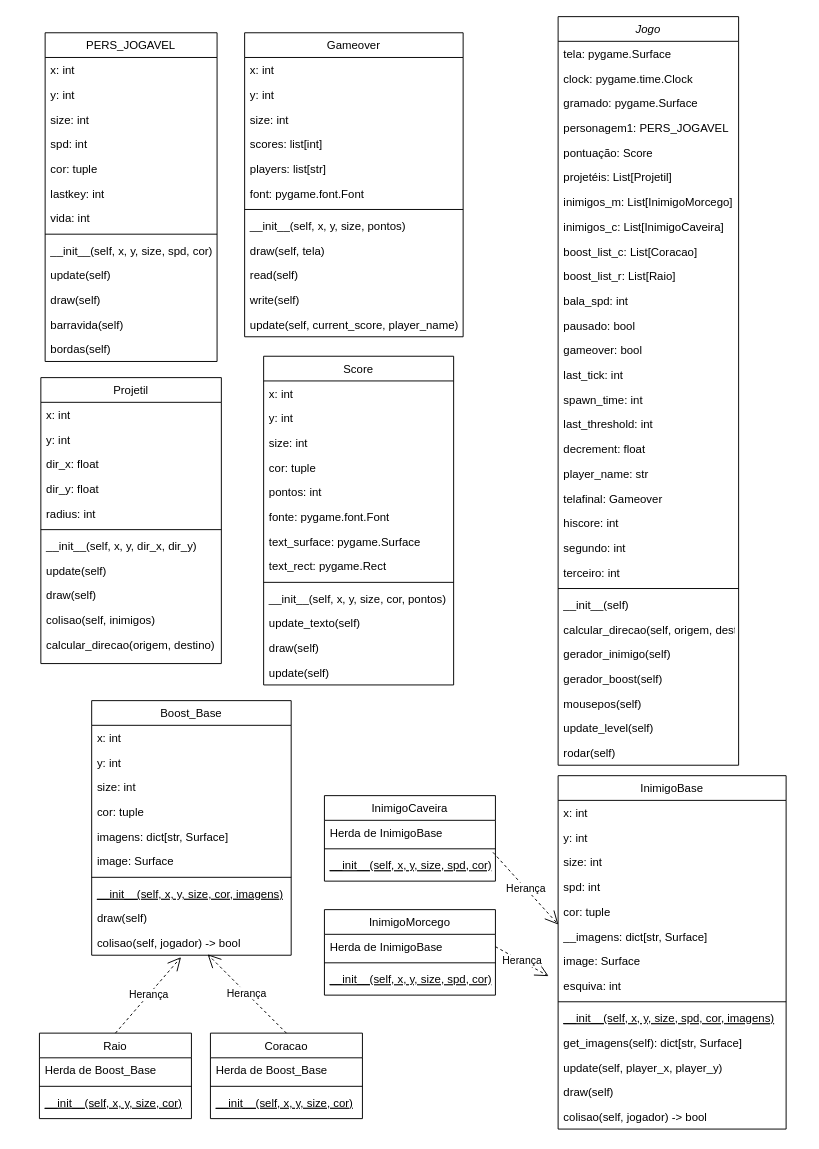
Above: Diagrama sem nome.drawio in PedroLemosMariano/Jogo_PYGAME (draw.io), before the change. Source tidied: cells renumbered, new cells numbered last; positions are measured from the earlier drawing's top-left corner, leaving out a move shared by most shapes. Both pictures are drawn from the tidied source at 95%, with x=0, y=0 at pixel (39, 16).
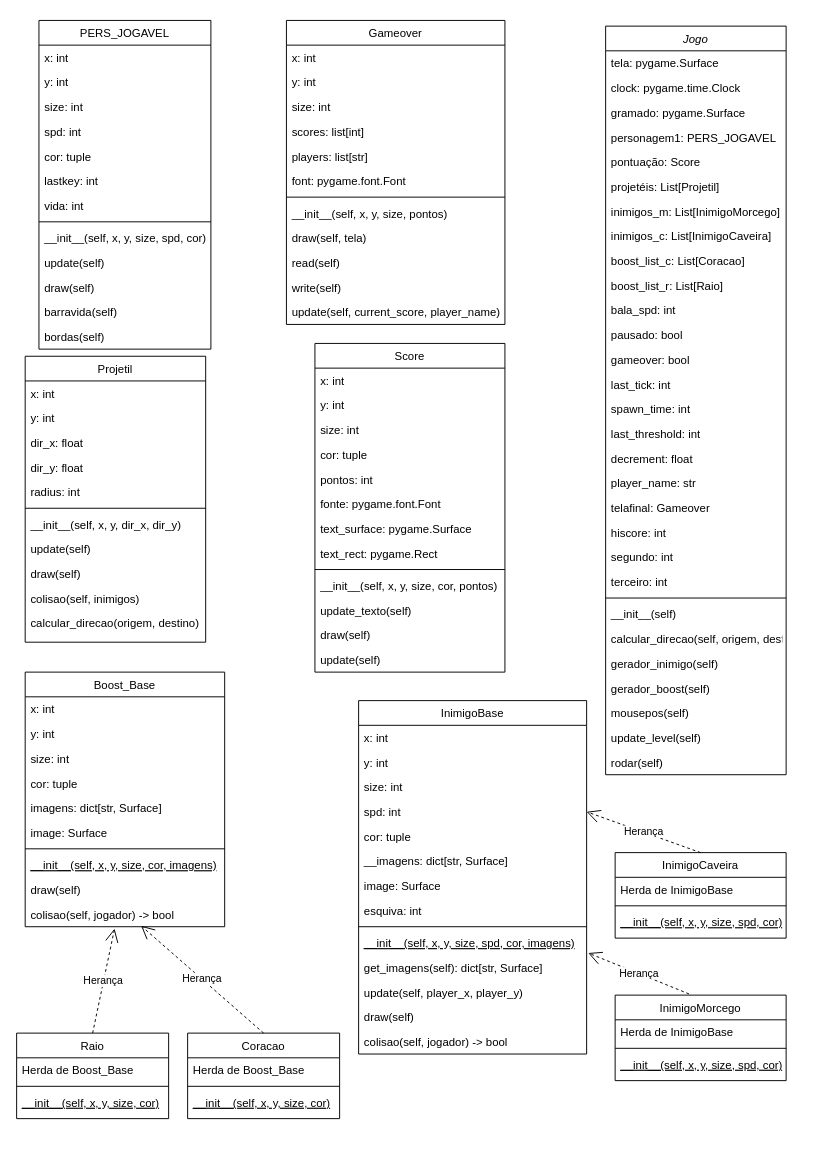
Above is the later version.

Unchanged cells that the change refers to:
```xml
<mxCell id="37" value="spd: int" style="text;align=left;verticalAlign=top;spacingLeft=4;spacingRight=4;overflow=hidden;points=[[0,0.5],[1,0.5]];portConstraint=eastwest;rounded=0;shadow=0;html=0;" parent="33" vertex="1">
  <mxGeometry y="104" width="240" height="26" as="geometry" />
</mxCell>
<mxCell id="39" value="__imagens: dict[str, Surface]" style="text;align=left;verticalAlign=top;spacingLeft=4;spacingRight=4;overflow=hidden;points=[[0,0.5],[1,0.5]];portConstraint=eastwest;rounded=0;shadow=0;html=0;" parent="33" vertex="1">
  <mxGeometry y="156" width="240" height="26" as="geometry" />
</mxCell>
<mxCell id="44" value="get_imagens(self): dict[str, Surface]" style="text;align=left;verticalAlign=top;spacingLeft=4;spacingRight=4;overflow=hidden;points=[[0,0.5],[1,0.5]];portConstraint=eastwest;" parent="33" vertex="1">
  <mxGeometry y="268" width="240" height="26" as="geometry" />
</mxCell>
<mxCell id="78" value="__init__(self, x, y, size, spd, cor)" style="text;align=left;verticalAlign=top;spacingLeft=4;spacingRight=4;overflow=hidden;points=[[0,0.5],[1,0.5]];portConstraint=eastwest;fontStyle=4;" parent="75" vertex="1">
  <mxGeometry y="60" width="180" height="26" as="geometry" />
</mxCell>
<mxCell id="80" value="Herda de InimigoBase" style="text;align=left;verticalAlign=top;spacingLeft=4;spacingRight=4;overflow=hidden;points=[[0,0.5],[1,0.5]];portConstraint=eastwest;" parent="79" vertex="1">
  <mxGeometry y="26" width="180" height="26" as="geometry" />
</mxCell>
```

Diff of the diagram source:
```diff
@@
     <mxCell id="2" value="Jogo" style="swimlane;fontStyle=2;align=center;verticalAlign=top;horizontal=1;startSize=26;rounded=0;shadow=0;strokeWidth=1;" parent="1" vertex="1">
-      <mxGeometry x="546" width="190" height="788" as="geometry" />
+      <mxGeometry x="596" y="10" width="190" height="788" as="geometry" />
     </mxCell>
@@
     <mxCell id="33" value="InimigoBase" style="swimlane;fontStyle=0;align=center;verticalAlign=top;horizontal=1;startSize=26;rounded=0;shadow=0;strokeWidth=1;" parent="1" vertex="1">
-      <mxGeometry x="546" y="799" width="240" height="372" as="geometry" />
+      <mxGeometry x="336" y="720" width="240" height="372" as="geometry" />
     </mxCell>
@@
     <mxCell id="48" value="PERS_JOGAVEL" style="swimlane;fontStyle=0;align=center;verticalAlign=top;horizontal=1;startSize=26;rounded=0;shadow=0;strokeWidth=1;" parent="1" vertex="1">
-      <mxGeometry x="6" y="17" width="181" height="346" as="geometry" />
+      <mxGeometry x="-0.5" y="4" width="181" height="346" as="geometry" />
     </mxCell>
@@
     <mxCell id="62" value="Gameover" style="swimlane;fontStyle=0;align=center;verticalAlign=top;horizontal=1;startSize=26;rounded=0;shadow=0;strokeWidth=1;" parent="1" vertex="1">
-      <mxGeometry x="216" y="17" width="230" height="320" as="geometry" />
+      <mxGeometry x="260" y="4" width="230" height="320" as="geometry" />
     </mxCell>
@@
     <mxCell id="75" value="InimigoCaveira" style="swimlane;fontStyle=0;align=center;verticalAlign=top;horizontal=1;startSize=26;rounded=0;shadow=0;strokeWidth=1;" parent="1" vertex="1">
-      <mxGeometry x="300" y="820" width="180" height="90" as="geometry" />
+      <mxGeometry x="606" y="880" width="180" height="90" as="geometry" />
     </mxCell>
@@
     <mxCell id="79" value="InimigoMorcego" style="swimlane;fontStyle=0;align=center;verticalAlign=top;horizontal=1;startSize=26;rounded=0;shadow=0;strokeWidth=1;" parent="1" vertex="1">
-      <mxGeometry x="300" y="940" width="180" height="90" as="geometry" />
+      <mxGeometry x="606" y="1030" width="180" height="90" as="geometry" />
     </mxCell>
@@
-    <mxCell id="83" value="Herança" style="endArrow=open;endSize=12;dashed=1;html=1;rounded=0;exitX=1;exitY=0.5;exitDx=0;exitDy=0;" parent="1" edge="1" source="80">
-      <mxGeometry relative="1" as="geometry">
-        <mxPoint x="536" y="1010" as="targetPoint" />
-      </mxGeometry>
+    <mxCell id="83" value="Herança" style="endArrow=open;endSize=12;dashed=1;html=1;rounded=0;exitX=0.432;exitY=-0.014;exitDx=0;exitDy=0;exitPerimeter=0;entryX=1.007;entryY=-0.089;entryDx=0;entryDy=0;entryPerimeter=0;" parent="1" edge="1" source="79" target="44">
+      <mxGeometry relative="1" as="geometry" />
     </mxCell>
-    <mxCell id="84" value="Herança" style="endArrow=open;endSize=12;dashed=1;html=1;rounded=0;entryX=0.001;entryY=0.029;entryDx=0;entryDy=0;entryPerimeter=0;exitX=0.986;exitY=-0.01;exitDx=0;exitDy=0;exitPerimeter=0;" parent="1" edge="1" source="78" target="39">
+    <mxCell id="84" value="Herança" style="endArrow=open;endSize=12;dashed=1;html=1;rounded=0;entryX=1;entryY=0.5;entryDx=0;entryDy=0;exitX=0.5;exitY=0;exitDx=0;exitDy=0;" parent="1" edge="1" source="75" target="37">
       <mxGeometry relative="1" as="geometry" />
     </mxCell>
     <mxCell id="85" value="Boost_Base" style="swimlane;fontStyle=0;align=center;verticalAlign=top;horizontal=1;startSize=26;rounded=0;shadow=0;strokeWidth=1;" parent="1" vertex="1">
-      <mxGeometry x="55" y="720" width="210" height="268" as="geometry" />
+      <mxGeometry x="-15" y="690" width="210" height="268" as="geometry" />
     </mxCell>
@@
     <mxCell id="96" value="Raio" style="swimlane;fontStyle=0;align=center;verticalAlign=top;horizontal=1;startSize=26;rounded=0;shadow=0;strokeWidth=1;" parent="1" vertex="1">
-      <mxGeometry y="1070" width="160" height="90" as="geometry" />
+      <mxGeometry x="-24" y="1070" width="160" height="90" as="geometry" />
     </mxCell>
@@
     <mxCell id="100" value="Coracao" style="swimlane;fontStyle=0;align=center;verticalAlign=top;horizontal=1;startSize=26;rounded=0;shadow=0;strokeWidth=1;" parent="1" vertex="1">
-      <mxGeometry x="180" y="1070" width="160" height="90" as="geometry" />
+      <mxGeometry x="156" y="1070" width="160" height="90" as="geometry" />
     </mxCell>
@@
     <mxCell id="106" value="Projetil" style="swimlane;fontStyle=0;align=center;verticalAlign=top;horizontal=1;startSize=26;rounded=0;shadow=0;strokeWidth=1;" parent="1" vertex="1">
-      <mxGeometry x="1.5" y="380" width="190" height="301" as="geometry" />
+      <mxGeometry x="-15" y="357.5" width="190" height="301" as="geometry" />
     </mxCell>
@@
     <mxCell id="118" value="Score" style="swimlane;fontStyle=0;align=center;verticalAlign=top;horizontal=1;startSize=26;rounded=0;shadow=0;strokeWidth=1;" parent="1" vertex="1">
-      <mxGeometry x="236" y="357.5" width="200" height="346" as="geometry" />
+      <mxGeometry x="290" y="344" width="200" height="346" as="geometry" />
     </mxCell>
```
